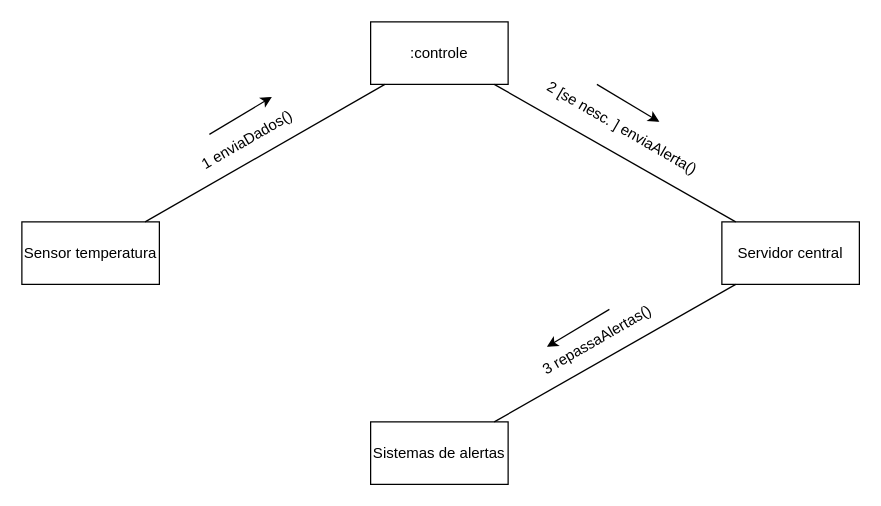
Above: page "Página-2" (2 of 2) of Diagrama de colaboração.drawio in Guilherme-Domingos/Draw.io (draw.io), before the change. Source tidied: cells renumbered, new cells numbered last; positions are measured from the earlier drawing's top-left corner, leaving out a move shared by most shapes. Both pictures are drawn from the tidied source at 125%, with x=0, y=0 at pixel (21, 21).
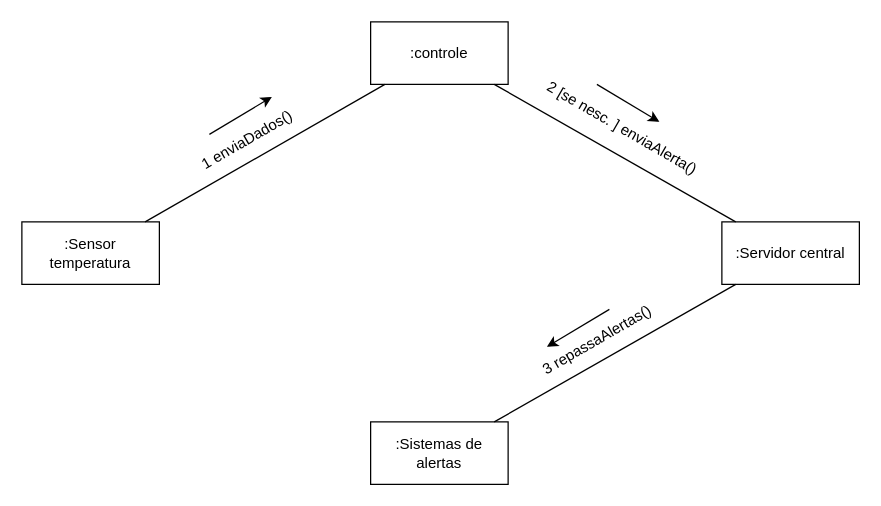
The same diagram, later.

Diff of the diagram source:
```diff
@@
 <mxGraphModel>
   <root>
     <mxCell id="0" />
     <mxCell id="1" parent="0" />
-    <mxCell id="2" value="Sensor temperatura" style="html=1;whiteSpace=wrap;" parent="1" vertex="1">
+    <mxCell id="2" value=":Sensor temperatura" style="html=1;whiteSpace=wrap;" parent="1" vertex="1">
       <mxGeometry y="160" width="110" height="50" as="geometry" />
     </mxCell>
     <mxCell id="3" value=":controle" style="html=1;whiteSpace=wrap;" parent="1" vertex="1">
       <mxGeometry x="279" width="110" height="50" as="geometry" />
     </mxCell>
-    <mxCell id="4" value="Servidor central" style="html=1;whiteSpace=wrap;" parent="1" vertex="1">
+    <mxCell id="4" value=":Servidor central" style="html=1;whiteSpace=wrap;" parent="1" vertex="1">
       <mxGeometry x="560" y="160" width="110" height="50" as="geometry" />
     </mxCell>
-    <mxCell id="5" value="Sistemas de alertas" style="html=1;whiteSpace=wrap;" parent="1" vertex="1">
+    <mxCell id="5" value=":Sistemas de alertas" style="html=1;whiteSpace=wrap;" parent="1" vertex="1">
       <mxGeometry x="279" y="320" width="110" height="50" as="geometry" />
     </mxCell>
     <mxCell id="6" style="endArrow=none;html=1;rounded=0;" parent="1" edge="1" source="2" target="3">
       <mxGeometry relative="1" as="geometry" />
     </mxCell>
     <mxCell id="7" value="1 enviaDados()" style="text;html=1;align=center;verticalAlign=middle;strokeColor=none;fillColor=none;rotation=-30;" parent="1" vertex="1">
       <mxGeometry x="130" y="80" width="100" height="30" as="geometry" />
     </mxCell>
     <mxCell id="8" style="endArrow=classic;html=1;rounded=0;" parent="1" edge="1">
       <mxGeometry relative="1" as="geometry">
         <mxPoint x="150" y="90" as="sourcePoint" />
         <mxPoint x="200" y="60" as="targetPoint" />
       </mxGeometry>
     </mxCell>
     <mxCell id="9" style="endArrow=none;html=1;rounded=0;" parent="1" edge="1" source="4" target="3">
       <mxGeometry relative="1" as="geometry" />
     </mxCell>
     <mxCell id="10" value="2 [se nesc. ] enviaAlerta()" style="text;html=1;align=center;verticalAlign=middle;strokeColor=none;fillColor=none;rotation=30;" parent="1" vertex="1">
       <mxGeometry x="400" y="70" width="160" height="30" as="geometry" />
     </mxCell>
     <mxCell id="11" style="endArrow=classic;html=1;rounded=0;" parent="1" edge="1">
       <mxGeometry relative="1" as="geometry">
         <mxPoint x="460" y="50" as="sourcePoint" />
         <mxPoint x="510" y="80" as="targetPoint" />
       </mxGeometry>
     </mxCell>
     <mxCell id="12" style="endArrow=none;html=1;rounded=0;" parent="1" edge="1" source="5" target="4">
       <mxGeometry relative="1" as="geometry" />
     </mxCell>
     <mxCell id="13" value="3 repassaAlertas()" style="text;html=1;align=center;verticalAlign=middle;strokeColor=none;fillColor=none;rotation=-30;" parent="1" vertex="1">
       <mxGeometry x="400" y="240" width="120" height="30" as="geometry" />
     </mxCell>
     <mxCell id="14" style="endArrow=classic;html=1;rounded=0;" parent="1" edge="1">
       <mxGeometry relative="1" as="geometry">
         <mxPoint x="470" y="230" as="sourcePoint" />
         <mxPoint x="420" y="260" as="targetPoint" />
       </mxGeometry>
     </mxCell>
   </root>
 </mxGraphModel>
```
